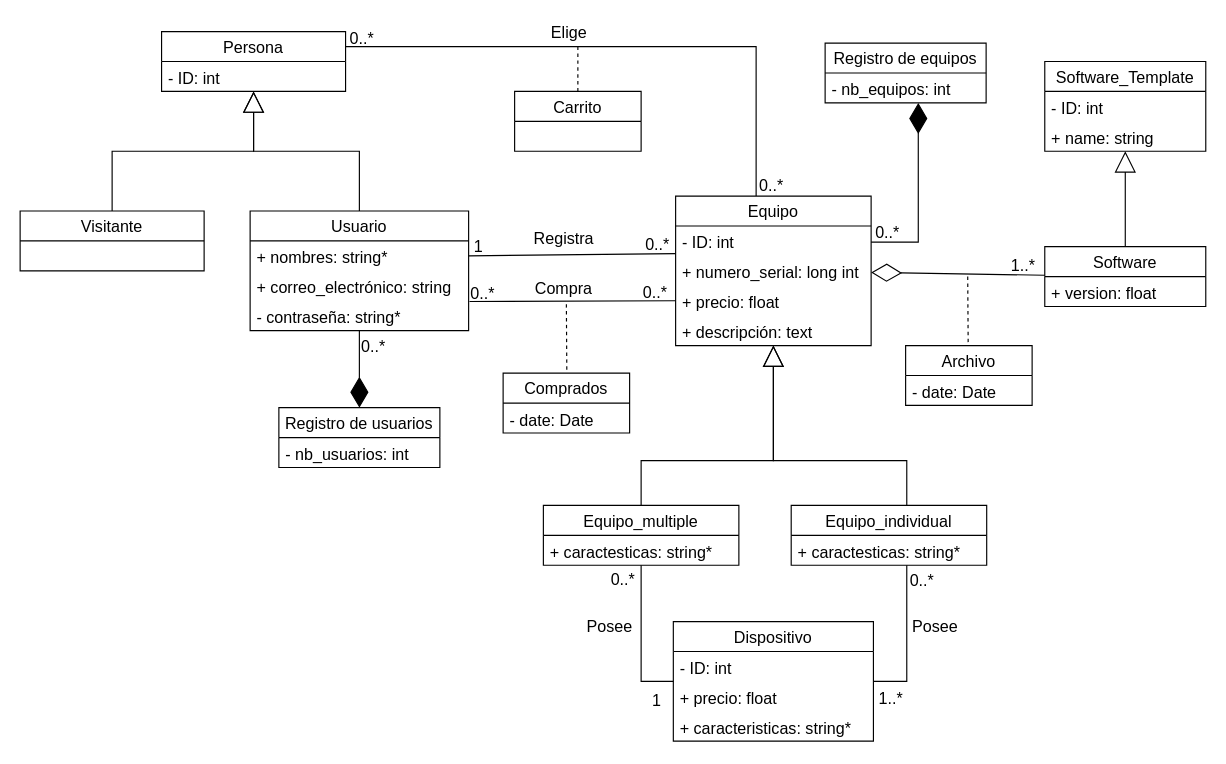
This is ModeloDeDominio.drawio from pierreLucas40/INF236, a draw.io file, before an edit. Source tidied: cells renumbered, new cells numbered last; positions are measured from the earlier drawing's top-left corner, leaving out a move shared by most shapes. Both pictures are drawn from the tidied source at 115%, with x=0, y=0 at pixel (20, 20).
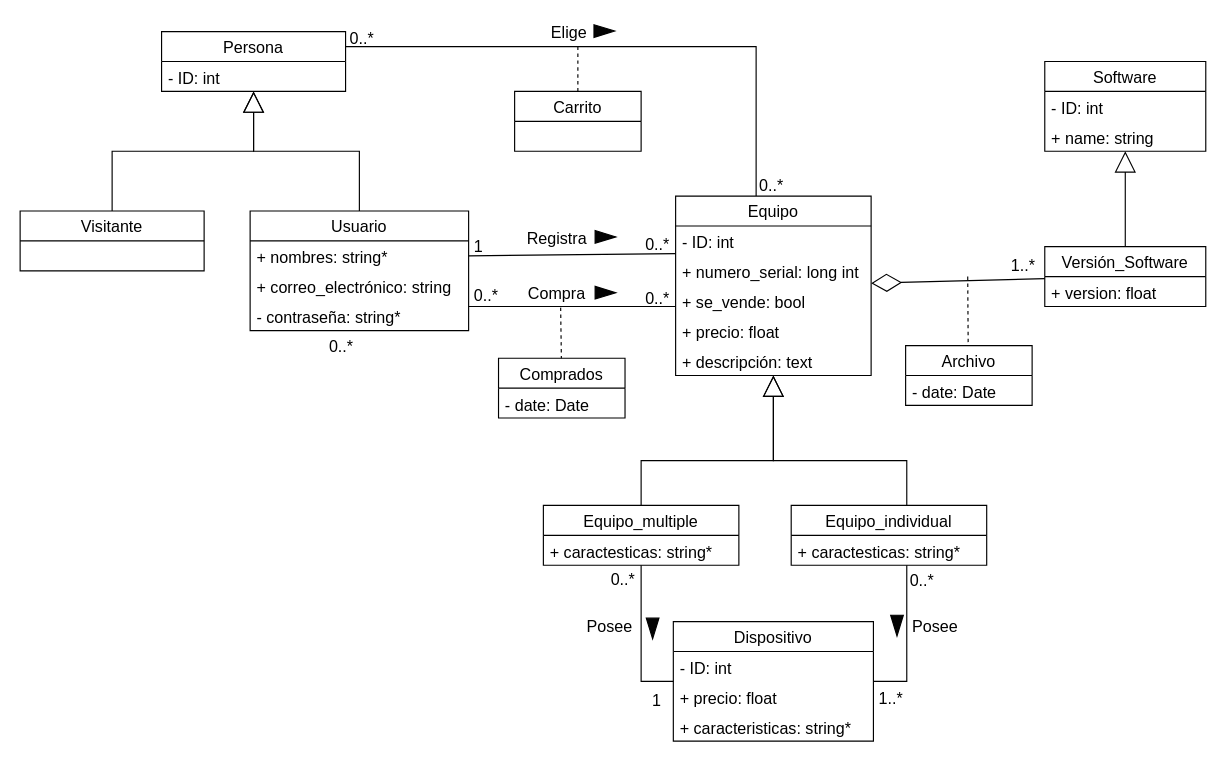
After the change.

The change refers to these unchanged cells:
```xml
<mxCell id="4" value="Usuario" style="swimlane;fontStyle=0;horizontal=1;startSize=26;fillColor=none;fontSize=14;" parent="1" vertex="1">
  <mxGeometry x="200" y="166" width="190" height="104" as="geometry" />
</mxCell>
<mxCell id="6" value="+ correo_electrónico: string" style="text;strokeColor=none;fillColor=none;align=left;verticalAlign=top;spacingLeft=4;spacingRight=4;overflow=hidden;points=[[0,0.5],[1,0.5]];portConstraint=eastwest;fontSize=14;" parent="4" vertex="1">
  <mxGeometry y="52" width="190" height="26" as="geometry" />
</mxCell>
```

The edit, as a diff of the source:
```diff
@@
-    <mxCell id="2" value="Registro de usuarios" style="swimlane;fontStyle=0;horizontal=1;startSize=26;fillColor=none;fontSize=14;" parent="1" vertex="1">
-      <mxGeometry x="225" y="337" width="140" height="52" as="geometry" />
-    </mxCell>
-    <mxCell id="3" value="- nb_usuarios: int" style="text;strokeColor=none;fillColor=none;align=left;verticalAlign=top;spacingLeft=4;spacingRight=4;overflow=hidden;fontSize=14;" parent="2" vertex="1">
-      <mxGeometry y="26" width="140" height="26" as="geometry" />
-    </mxCell>
@@
-    <mxCell id="8" value="Registro de equipos" style="swimlane;fontStyle=0;horizontal=1;startSize=26;fillColor=none;fontSize=14;" parent="1" vertex="1">
-      <mxGeometry x="700" y="20" width="140" height="52" as="geometry" />
-    </mxCell>
-    <mxCell id="9" value="- nb_equipos: int" style="text;strokeColor=none;fillColor=none;align=left;verticalAlign=top;spacingLeft=4;spacingRight=4;overflow=hidden;fontSize=14;" parent="8" vertex="1">
-      <mxGeometry y="26" width="140" height="26" as="geometry" />
-    </mxCell>
     <mxCell id="10" value="Equipo" style="swimlane;fontStyle=0;horizontal=1;startSize=26;fillColor=none;fontSize=14;" parent="1" vertex="1">
-      <mxGeometry x="570" y="153" width="170" height="130" as="geometry" />
+      <mxGeometry x="570" y="153" width="170" height="156" as="geometry" />
     </mxCell>
@@
+    <mxCell id="70" value="+ se_vende: bool" style="text;strokeColor=none;fillColor=none;align=left;verticalAlign=top;spacingLeft=4;spacingRight=4;overflow=hidden;fontSize=14;" parent="10" vertex="1">
+      <mxGeometry y="78" width="170" height="26" as="geometry" />
+    </mxCell>
     <mxCell id="13" value="+ precio: float" style="text;strokeColor=none;fillColor=none;align=left;verticalAlign=top;spacingLeft=4;spacingRight=4;overflow=hidden;fontSize=14;" parent="10" vertex="1">
-      <mxGeometry y="78" width="170" height="26" as="geometry" />
+      <mxGeometry y="104" width="170" height="26" as="geometry" />
     </mxCell>
     <mxCell id="14" value="+ descripción: text" style="text;strokeColor=none;fillColor=none;align=left;verticalAlign=top;spacingLeft=4;spacingRight=4;overflow=hidden;fontSize=14;" parent="10" vertex="1">
-      <mxGeometry y="104" width="170" height="26" as="geometry" />
+      <mxGeometry y="130" width="170" height="26" as="geometry" />
     </mxCell>
-    <mxCell id="15" value="Software_Template" style="swimlane;fontStyle=0;horizontal=1;startSize=26;fillColor=none;fontSize=14;" parent="1" vertex="1">
+    <mxCell id="15" value="Software" style="swimlane;fontStyle=0;horizontal=1;startSize=26;fillColor=none;fontSize=14;" parent="1" vertex="1">
       <mxGeometry x="891" y="36" width="140" height="78" as="geometry" />
     </mxCell>
@@
-    <mxCell id="18" value="Software" style="swimlane;fontStyle=0;horizontal=1;startSize=26;fillColor=none;fontSize=14;" parent="1" vertex="1">
+    <mxCell id="18" value="Versión_Software" style="swimlane;fontStyle=0;horizontal=1;startSize=26;fillColor=none;fontSize=14;" parent="1" vertex="1">
       <mxGeometry x="891" y="197" width="140" height="52" as="geometry" />
     </mxCell>
@@
-    <mxCell id="20" style="endArrow=none;html=1;strokeColor=#000000;fontSize=14;exitX=1.004;exitY=1.025;exitDx=0;exitDy=0;exitPerimeter=0;" parent="1" edge="1" source="6">
+    <mxCell id="20" style="endArrow=none;html=1;strokeColor=#000000;fontSize=14;" parent="1" edge="1">
       <mxGeometry relative="1" as="geometry">
-        <mxPoint x="570" y="244" as="targetPoint" />
+        <mxPoint x="390" y="249" as="sourcePoint" />
+        <mxPoint x="570" y="249" as="targetPoint" />
       </mxGeometry>
     </mxCell>
@@
-    <mxCell id="25" style="endArrow=diamondThin;endFill=1;endSize=24;html=1;edgeStyle=orthogonalEdgeStyle;rounded=0;fontSize=14;" parent="1" edge="1" source="4" target="2">
-      <mxGeometry relative="1" as="geometry" />
-    </mxCell>
-    <mxCell id="26" style="endArrow=diamondThin;endFill=1;endSize=24;html=1;fontSize=14;edgeStyle=orthogonalEdgeStyle;rounded=0;" parent="1" edge="1" source="10" target="8">
-      <mxGeometry relative="1" as="geometry">
-        <Array as="points">
-          <mxPoint x="781" y="193" />
-        </Array>
-      </mxGeometry>
-    </mxCell>
@@
-    <mxCell id="29" value="&lt;font style=&quot;font-size: 14px;&quot;&gt;Compra&lt;/font&gt;" style="text;html=1;points=[];align=left;verticalAlign=top;spacingTop=-4;fontSize=14;" parent="1" vertex="1">
-      <mxGeometry x="446" y="223" width="70" height="20" as="geometry" />
+    <mxCell id="29" value="&lt;font style=&quot;font-size: 14px&quot;&gt;Compra&lt;/font&gt;" style="text;html=1;points=[];align=left;verticalAlign=top;spacingTop=-4;fontSize=14;" parent="1" vertex="1">
+      <mxGeometry x="440" y="227" width="70" height="20" as="geometry" />
     </mxCell>
@@
     <mxCell id="33" value="Comprados" style="swimlane;fontStyle=0;horizontal=1;startSize=26;fillColor=none;fontSize=14;" parent="1" vertex="1">
-      <mxGeometry x="420" y="307" width="110" height="52" as="geometry" />
+      <mxGeometry x="416" y="294" width="110" height="52" as="geometry" />
     </mxCell>
@@
-    <mxCell id="35" style="endArrow=none;dashed=1;html=1;entryX=0.5;entryY=0;entryDx=0;entryDy=0;fontSize=14;" parent="1" edge="1">
-      <mxGeometry relative="1" as="geometry">
-        <mxPoint x="475" y="247" as="sourcePoint" />
-        <mxPoint x="475.4" y="306.9" as="targetPoint" />
-      </mxGeometry>
+    <mxCell id="35" style="endArrow=none;dashed=1;html=1;fontSize=14;exitX=0.429;exitY=1.15;exitDx=0;exitDy=0;exitPerimeter=0;" parent="1" edge="1" source="29" target="33">
+      <mxGeometry relative="1" as="geometry" />
     </mxCell>
@@
     <mxCell id="37" value="&lt;font style=&quot;font-size: 14px;&quot;&gt;Registra&lt;/font&gt;" style="text;html=1;align=left;verticalAlign=top;spacingTop=-4;fontSize=14;" parent="1" vertex="1">
-      <mxGeometry x="445" y="179" width="70" height="20" as="geometry" />
+      <mxGeometry x="439" y="179" width="70" height="20" as="geometry" />
     </mxCell>
@@
     <mxCell id="58" value="0..*" style="text;html=1;align=left;verticalAlign=top;spacingTop=-4;fontSize=14;" parent="1" vertex="1">
-      <mxGeometry x="540" y="226" width="40" height="20" as="geometry" />
+      <mxGeometry x="393" y="229" width="40" height="20" as="geometry" />
     </mxCell>
     <mxCell id="59" value="0..*" style="text;html=1;align=left;verticalAlign=top;spacingTop=-4;fontSize=14;" parent="1" vertex="1">
-      <mxGeometry x="390" y="227" width="40" height="20" as="geometry" />
+      <mxGeometry x="267" y="273" width="40" height="20" as="geometry" />
     </mxCell>
-    <mxCell id="60" value="0..*" style="text;html=1;align=left;verticalAlign=top;spacingTop=-4;fontSize=14;" parent="1" vertex="1">
-      <mxGeometry x="295" y="273" width="40" height="20" as="geometry" />
-    </mxCell>
@@
-    <mxCell id="63" value="0..*" style="text;html=1;align=left;verticalAlign=top;spacingTop=-4;fontSize=14;" parent="1" vertex="1">
-      <mxGeometry x="741.5" y="174" width="40" height="20" as="geometry" />
-    </mxCell>
@@
+    <mxCell id="71" style="triangle;whiteSpace=wrap;html=1;fillColor=#030303;" parent="1" vertex="1">
+      <mxGeometry x="499" y="4" width="18" height="11" as="geometry" />
+    </mxCell>
+    <mxCell id="72" style="triangle;whiteSpace=wrap;html=1;fillColor=#030303;rotation=0;" parent="1" vertex="1">
+      <mxGeometry x="500" y="231.5" width="18" height="11" as="geometry" />
+    </mxCell>
+    <mxCell id="73" style="triangle;whiteSpace=wrap;html=1;fillColor=#030303;direction=south;" parent="1" vertex="1">
+      <mxGeometry x="757" y="517.5" width="11" height="18" as="geometry" />
+    </mxCell>
+    <mxCell id="74" style="triangle;whiteSpace=wrap;html=1;fillColor=#030303;direction=south;" parent="1" vertex="1">
+      <mxGeometry x="544.5" y="520" width="11" height="18" as="geometry" />
+    </mxCell>
+    <mxCell id="75" style="triangle;whiteSpace=wrap;html=1;fillColor=#030303;" parent="1" vertex="1">
+      <mxGeometry x="500" y="183" width="18" height="11" as="geometry" />
+    </mxCell>
+    <mxCell id="76" value="0..*" style="text;html=1;align=left;verticalAlign=top;spacingTop=-4;fontSize=14;" parent="1" vertex="1">
+      <mxGeometry x="542" y="231" width="40" height="20" as="geometry" />
+    </mxCell>
```
